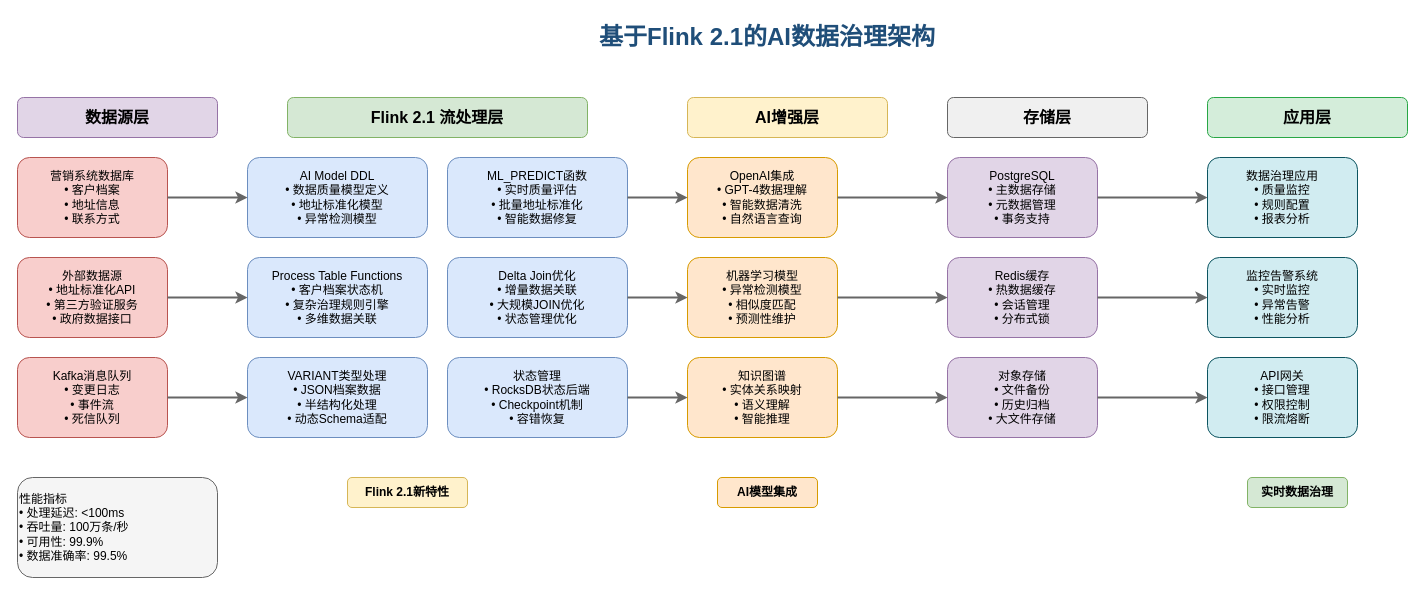
This is 06-data-governance-architecture/advanced_flink_ai_architecture.drawio from xiqing21/Transformer, a draw.io file, before an edit. Source tidied: cells renumbered, new cells numbered last; positions are measured from the earlier drawing's top-left corner, leaving out a move shared by most shapes. Both pictures are drawn from the tidied source at 100%, with x=0, y=0 at pixel (17, 17).
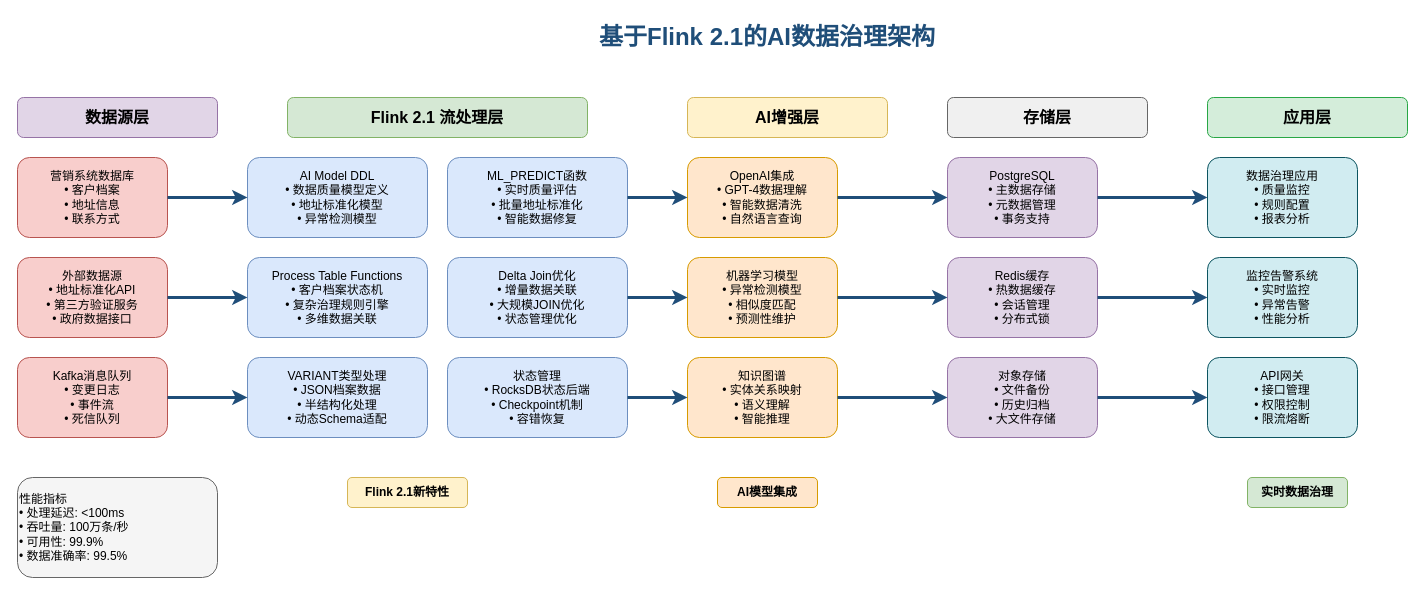
The same diagram, later.

The change refers to these unchanged cells:
```xml
<mxCell id="4" value="营销系统数据库&lt;br&gt;• 客户档案&lt;br&gt;• 地址信息&lt;br&gt;• 联系方式" style="rounded=1;whiteSpace=wrap;html=1;fillColor=#f8cecc;strokeColor=#b85450;" parent="1" vertex="1">
  <mxGeometry y="140" width="150" height="80" as="geometry" />
</mxCell>
<mxCell id="5" value="外部数据源&lt;br&gt;• 地址标准化API&lt;br&gt;• 第三方验证服务&lt;br&gt;• 政府数据接口" style="rounded=1;whiteSpace=wrap;html=1;fillColor=#f8cecc;strokeColor=#b85450;" parent="1" vertex="1">
  <mxGeometry y="240" width="150" height="80" as="geometry" />
</mxCell>
<mxCell id="6" value="Kafka消息队列&lt;br&gt;• 变更日志&lt;br&gt;• 事件流&lt;br&gt;• 死信队列" style="rounded=1;whiteSpace=wrap;html=1;fillColor=#f8cecc;strokeColor=#b85450;" parent="1" vertex="1">
  <mxGeometry y="340" width="150" height="80" as="geometry" />
</mxCell>
<mxCell id="8" value="AI Model DDL&lt;br&gt;• 数据质量模型定义&lt;br&gt;• 地址标准化模型&lt;br&gt;• 异常检测模型" style="rounded=1;whiteSpace=wrap;html=1;fillColor=#dae8fc;strokeColor=#6c8ebf;" parent="1" vertex="1">
  <mxGeometry x="230" y="140" width="180" height="80" as="geometry" />
</mxCell>
<mxCell id="9" value="ML_PREDICT函数&lt;br&gt;• 实时质量评估&lt;br&gt;• 批量地址标准化&lt;br&gt;• 智能数据修复" style="rounded=1;whiteSpace=wrap;html=1;fillColor=#dae8fc;strokeColor=#6c8ebf;" parent="1" vertex="1">
  <mxGeometry x="430" y="140" width="180" height="80" as="geometry" />
</mxCell>
<mxCell id="10" value="Process Table Functions&lt;br&gt;• 客户档案状态机&lt;br&gt;• 复杂治理规则引擎&lt;br&gt;• 多维数据关联" style="rounded=1;whiteSpace=wrap;html=1;fillColor=#dae8fc;strokeColor=#6c8ebf;" parent="1" vertex="1">
  <mxGeometry x="230" y="240" width="180" height="80" as="geometry" />
</mxCell>
<mxCell id="11" value="Delta Join优化&lt;br&gt;• 增量数据关联&lt;br&gt;• 大规模JOIN优化&lt;br&gt;• 状态管理优化" style="rounded=1;whiteSpace=wrap;html=1;fillColor=#dae8fc;strokeColor=#6c8ebf;" parent="1" vertex="1">
  <mxGeometry x="430" y="240" width="180" height="80" as="geometry" />
</mxCell>
<mxCell id="12" value="VARIANT类型处理&lt;br&gt;• JSON档案数据&lt;br&gt;• 半结构化处理&lt;br&gt;• 动态Schema适配" style="rounded=1;whiteSpace=wrap;html=1;fillColor=#dae8fc;strokeColor=#6c8ebf;" parent="1" vertex="1">
  <mxGeometry x="230" y="340" width="180" height="80" as="geometry" />
</mxCell>
<mxCell id="13" value="状态管理&lt;br&gt;• RocksDB状态后端&lt;br&gt;• Checkpoint机制&lt;br&gt;• 容错恢复" style="rounded=1;whiteSpace=wrap;html=1;fillColor=#dae8fc;strokeColor=#6c8ebf;" parent="1" vertex="1">
  <mxGeometry x="430" y="340" width="180" height="80" as="geometry" />
</mxCell>
<mxCell id="15" value="OpenAI集成&lt;br&gt;• GPT-4数据理解&lt;br&gt;• 智能数据清洗&lt;br&gt;• 自然语言查询" style="rounded=1;whiteSpace=wrap;html=1;fillColor=#ffe6cc;strokeColor=#d79b00;" parent="1" vertex="1">
  <mxGeometry x="670" y="140" width="150" height="80" as="geometry" />
</mxCell>
<mxCell id="16" value="机器学习模型&lt;br&gt;• 异常检测模型&lt;br&gt;• 相似度匹配&lt;br&gt;• 预测性维护" style="rounded=1;whiteSpace=wrap;html=1;fillColor=#ffe6cc;strokeColor=#d79b00;" parent="1" vertex="1">
  <mxGeometry x="670" y="240" width="150" height="80" as="geometry" />
</mxCell>
<mxCell id="17" value="知识图谱&lt;br&gt;• 实体关系映射&lt;br&gt;• 语义理解&lt;br&gt;• 智能推理" style="rounded=1;whiteSpace=wrap;html=1;fillColor=#ffe6cc;strokeColor=#d79b00;" parent="1" vertex="1">
  <mxGeometry x="670" y="340" width="150" height="80" as="geometry" />
</mxCell>
<mxCell id="19" value="PostgreSQL&lt;br&gt;• 主数据存储&lt;br&gt;• 元数据管理&lt;br&gt;• 事务支持" style="rounded=1;whiteSpace=wrap;html=1;fillColor=#e1d5e7;strokeColor=#9673a6;" parent="1" vertex="1">
  <mxGeometry x="930" y="140" width="150" height="80" as="geometry" />
</mxCell>
<mxCell id="20" value="Redis缓存&lt;br&gt;• 热数据缓存&lt;br&gt;• 会话管理&lt;br&gt;• 分布式锁" style="rounded=1;whiteSpace=wrap;html=1;fillColor=#e1d5e7;strokeColor=#9673a6;" parent="1" vertex="1">
  <mxGeometry x="930" y="240" width="150" height="80" as="geometry" />
</mxCell>
<mxCell id="21" value="对象存储&lt;br&gt;• 文件备份&lt;br&gt;• 历史归档&lt;br&gt;• 大文件存储" style="rounded=1;whiteSpace=wrap;html=1;fillColor=#e1d5e7;strokeColor=#9673a6;" parent="1" vertex="1">
  <mxGeometry x="930" y="340" width="150" height="80" as="geometry" />
</mxCell>
<mxCell id="23" value="数据治理应用&lt;br&gt;• 质量监控&lt;br&gt;• 规则配置&lt;br&gt;• 报表分析" style="rounded=1;whiteSpace=wrap;html=1;fillColor=#d1ecf1;strokeColor=#0c5460;" parent="1" vertex="1">
  <mxGeometry x="1190" y="140" width="150" height="80" as="geometry" />
</mxCell>
<mxCell id="24" value="监控告警系统&lt;br&gt;• 实时监控&lt;br&gt;• 异常告警&lt;br&gt;• 性能分析" style="rounded=1;whiteSpace=wrap;html=1;fillColor=#d1ecf1;strokeColor=#0c5460;" parent="1" vertex="1">
  <mxGeometry x="1190" y="240" width="150" height="80" as="geometry" />
</mxCell>
<mxCell id="25" value="API网关&lt;br&gt;• 接口管理&lt;br&gt;• 权限控制&lt;br&gt;• 限流熔断" style="rounded=1;whiteSpace=wrap;html=1;fillColor=#d1ecf1;strokeColor=#0c5460;" parent="1" vertex="1">
  <mxGeometry x="1190" y="340" width="150" height="80" as="geometry" />
</mxCell>
```

Diff of the diagram source:
```diff
@@
-    <mxCell id="26" style="endArrow=classic;html=1;rounded=0;strokeWidth=2;strokeColor=#666666;" parent="1" edge="1" source="4" target="8">
+    <mxCell id="26" style="endArrow=classic;html=1;rounded=0;strokeWidth=3;strokeColor=#1f4e79;flowAnimation=1;" parent="1" edge="1" source="4" target="8">
       <mxGeometry relative="1" as="geometry" />
     </mxCell>
-    <mxCell id="27" style="endArrow=classic;html=1;rounded=0;strokeWidth=2;strokeColor=#666666;" parent="1" edge="1" source="5" target="10">
+    <mxCell id="27" style="endArrow=classic;html=1;rounded=0;strokeWidth=3;strokeColor=#1f4e79;flowAnimation=1;" parent="1" edge="1" source="5" target="10">
       <mxGeometry relative="1" as="geometry" />
     </mxCell>
-    <mxCell id="28" style="endArrow=classic;html=1;rounded=0;strokeWidth=2;strokeColor=#666666;" parent="1" edge="1" source="6" target="12">
+    <mxCell id="28" style="endArrow=classic;html=1;rounded=0;strokeWidth=3;strokeColor=#1f4e79;flowAnimation=1;" parent="1" edge="1" source="6" target="12">
       <mxGeometry relative="1" as="geometry" />
     </mxCell>
-    <mxCell id="29" style="endArrow=classic;html=1;rounded=0;strokeWidth=2;strokeColor=#666666;" parent="1" edge="1" source="9" target="15">
+    <mxCell id="29" style="endArrow=classic;html=1;rounded=0;strokeWidth=3;strokeColor=#1f4e79;flowAnimation=1;" parent="1" edge="1" source="9" target="15">
       <mxGeometry relative="1" as="geometry" />
     </mxCell>
-    <mxCell id="30" style="endArrow=classic;html=1;rounded=0;strokeWidth=2;strokeColor=#666666;" parent="1" edge="1" source="11" target="16">
+    <mxCell id="30" style="endArrow=classic;html=1;rounded=0;strokeWidth=3;strokeColor=#1f4e79;flowAnimation=1;" parent="1" edge="1" source="11" target="16">
       <mxGeometry relative="1" as="geometry" />
     </mxCell>
-    <mxCell id="31" style="endArrow=classic;html=1;rounded=0;strokeWidth=2;strokeColor=#666666;" parent="1" edge="1" source="13" target="17">
+    <mxCell id="31" style="endArrow=classic;html=1;rounded=0;strokeWidth=3;strokeColor=#1f4e79;flowAnimation=1;" parent="1" edge="1" source="13" target="17">
       <mxGeometry relative="1" as="geometry" />
     </mxCell>
-    <mxCell id="32" style="endArrow=classic;html=1;rounded=0;strokeWidth=2;strokeColor=#666666;" parent="1" edge="1" source="15" target="19">
+    <mxCell id="32" style="endArrow=classic;html=1;rounded=0;strokeWidth=3;strokeColor=#1f4e79;flowAnimation=1;" parent="1" edge="1" source="15" target="19">
       <mxGeometry relative="1" as="geometry" />
     </mxCell>
-    <mxCell id="33" style="endArrow=classic;html=1;rounded=0;strokeWidth=2;strokeColor=#666666;" parent="1" edge="1" source="16" target="20">
+    <mxCell id="33" style="endArrow=classic;html=1;rounded=0;strokeWidth=3;strokeColor=#1f4e79;flowAnimation=1;" parent="1" edge="1" source="16" target="20">
       <mxGeometry relative="1" as="geometry" />
     </mxCell>
-    <mxCell id="34" style="endArrow=classic;html=1;rounded=0;strokeWidth=2;strokeColor=#666666;" parent="1" edge="1" source="17" target="21">
+    <mxCell id="34" style="endArrow=classic;html=1;rounded=0;strokeWidth=3;strokeColor=#1f4e79;flowAnimation=1;" parent="1" edge="1" source="17" target="21">
       <mxGeometry relative="1" as="geometry" />
     </mxCell>
-    <mxCell id="35" style="endArrow=classic;html=1;rounded=0;strokeWidth=2;strokeColor=#666666;" parent="1" edge="1" source="19" target="23">
+    <mxCell id="35" style="endArrow=classic;html=1;rounded=0;strokeWidth=3;strokeColor=#1f4e79;flowAnimation=1;" parent="1" edge="1" source="19" target="23">
       <mxGeometry relative="1" as="geometry" />
     </mxCell>
-    <mxCell id="36" style="endArrow=classic;html=1;rounded=0;strokeWidth=2;strokeColor=#666666;" parent="1" edge="1" source="20" target="24">
+    <mxCell id="36" style="endArrow=classic;html=1;rounded=0;strokeWidth=3;strokeColor=#1f4e79;flowAnimation=1;" parent="1" edge="1" source="20" target="24">
       <mxGeometry relative="1" as="geometry" />
     </mxCell>
-    <mxCell id="37" style="endArrow=classic;html=1;rounded=0;strokeWidth=2;strokeColor=#666666;" parent="1" edge="1" source="21" target="25">
+    <mxCell id="37" style="endArrow=classic;html=1;rounded=0;strokeWidth=3;strokeColor=#1f4e79;flowAnimation=1;" parent="1" edge="1" source="21" target="25">
       <mxGeometry relative="1" as="geometry" />
     </mxCell>
```
